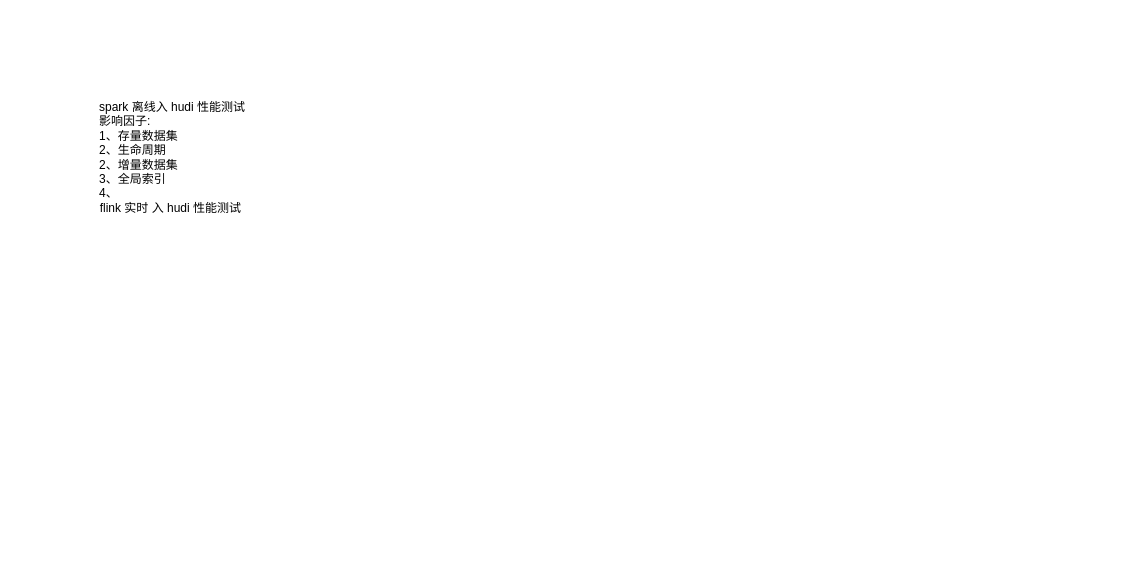
Above: HUDI 性能测试.drawio in loukey-lj/WX (draw.io), before the change. Source tidied: cells renumbered, new cells numbered last; positions are measured from the earlier drawing's top-left corner, leaving out a move shared by most shapes. Both pictures are drawn from the tidied source at 100%, with x=0, y=0 at pixel (17, 87).
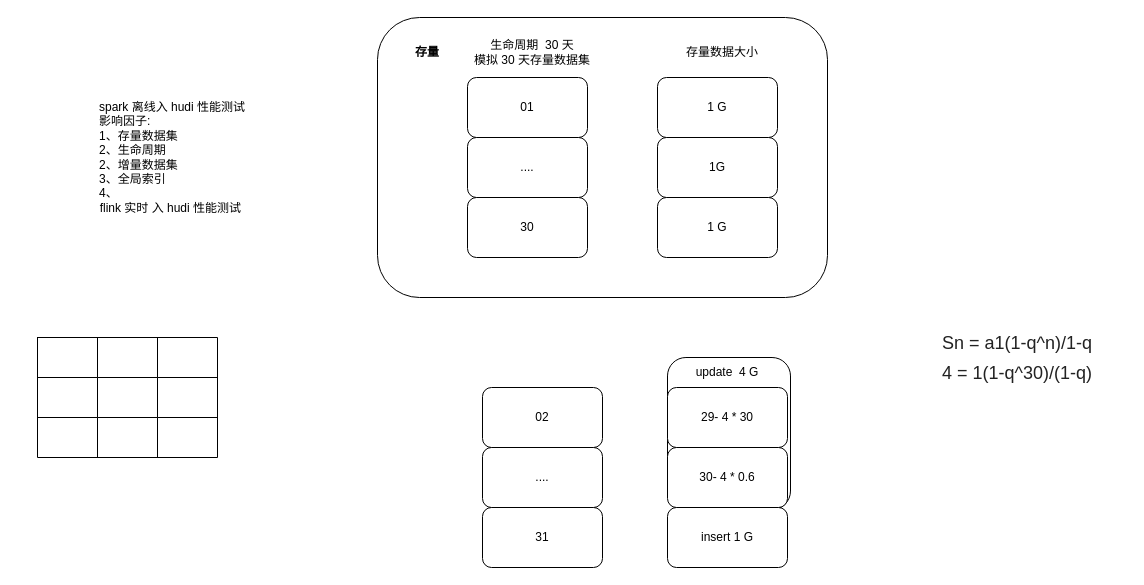
After the change.

Commit message:
更新HUDI 性能测试.drawio

What changed in the source:
```diff
@@
+    <mxCell id="3" style="rounded=1;whiteSpace=wrap;html=1;align=left;" parent="1" vertex="1">
+      <mxGeometry x="650" y="270" width="123" height="152" as="geometry" />
+    </mxCell>
+    <mxCell id="4" style="rounded=1;whiteSpace=wrap;html=1;" parent="1" vertex="1">
+      <mxGeometry x="360" y="-70" width="450" height="280" as="geometry" />
+    </mxCell>
@@
+    <mxCell id="5" style="shape=table;html=1;whiteSpace=wrap;startSize=0;childLayout=tableLayout;" parent="1" vertex="1">
+      <mxGeometry x="20" y="250" width="180" height="120" as="geometry" />
+    </mxCell>
+    <mxCell id="6" style="shape=tableRow;horizontal=0;startSize=0;swimlaneHead=0;swimlaneBody=0;top=0;left=0;bottom=0;right=0;fillColor=none;" parent="5" vertex="1">
+      <mxGeometry width="180" height="40" as="geometry" />
+    </mxCell>
+    <mxCell id="7" style="shape=partialRectangle;html=1;whiteSpace=wrap;fillColor=none;top=0;left=0;bottom=0;right=0;overflow=hidden;" parent="6" vertex="1">
+      <mxGeometry width="60" height="40" as="geometry" />
+    </mxCell>
+    <mxCell id="8" style="shape=partialRectangle;html=1;whiteSpace=wrap;fillColor=none;top=0;left=0;bottom=0;right=0;overflow=hidden;" parent="6" vertex="1">
+      <mxGeometry x="60" width="60" height="40" as="geometry" />
+    </mxCell>
+    <mxCell id="9" style="shape=partialRectangle;html=1;whiteSpace=wrap;fillColor=none;top=0;left=0;bottom=0;right=0;overflow=hidden;" parent="6" vertex="1">
+      <mxGeometry x="120" width="60" height="40" as="geometry" />
+    </mxCell>
+    <mxCell id="10" style="shape=tableRow;horizontal=0;startSize=0;swimlaneHead=0;swimlaneBody=0;top=0;left=0;bottom=0;right=0;fillColor=none;" parent="5" vertex="1">
+      <mxGeometry y="40" width="180" height="40" as="geometry" />
+    </mxCell>
+    <mxCell id="11" style="shape=partialRectangle;html=1;whiteSpace=wrap;fillColor=none;top=0;left=0;bottom=0;right=0;overflow=hidden;" parent="10" vertex="1">
+      <mxGeometry width="60" height="40" as="geometry" />
+    </mxCell>
+    <mxCell id="12" style="shape=partialRectangle;html=1;whiteSpace=wrap;fillColor=none;top=0;left=0;bottom=0;right=0;overflow=hidden;" parent="10" vertex="1">
+      <mxGeometry x="60" width="60" height="40" as="geometry" />
+    </mxCell>
+    <mxCell id="13" style="shape=partialRectangle;html=1;whiteSpace=wrap;fillColor=none;top=0;left=0;bottom=0;right=0;overflow=hidden;" parent="10" vertex="1">
+      <mxGeometry x="120" width="60" height="40" as="geometry" />
+    </mxCell>
+    <mxCell id="14" style="shape=tableRow;horizontal=0;startSize=0;swimlaneHead=0;swimlaneBody=0;top=0;left=0;bottom=0;right=0;fillColor=none;" parent="5" vertex="1">
+      <mxGeometry y="80" width="180" height="40" as="geometry" />
+    </mxCell>
+    <mxCell id="15" style="shape=partialRectangle;html=1;whiteSpace=wrap;fillColor=none;top=0;left=0;bottom=0;right=0;overflow=hidden;" parent="14" vertex="1">
+      <mxGeometry width="60" height="40" as="geometry" />
+    </mxCell>
+    <mxCell id="16" style="shape=partialRectangle;html=1;whiteSpace=wrap;fillColor=none;top=0;left=0;bottom=0;right=0;overflow=hidden;" parent="14" vertex="1">
+      <mxGeometry x="60" width="60" height="40" as="geometry" />
+    </mxCell>
+    <mxCell id="17" style="shape=partialRectangle;html=1;whiteSpace=wrap;fillColor=none;top=0;left=0;bottom=0;right=0;overflow=hidden;" parent="14" vertex="1">
+      <mxGeometry x="120" width="60" height="40" as="geometry" />
+    </mxCell>
+    <mxCell id="18" value="01" style="rounded=1;whiteSpace=wrap;html=1;" parent="1" vertex="1">
+      <mxGeometry x="450" y="-10" width="120" height="60" as="geometry" />
+    </mxCell>
+    <mxCell id="19" value="...." style="rounded=1;whiteSpace=wrap;html=1;" parent="1" vertex="1">
+      <mxGeometry x="450" y="50" width="120" height="60" as="geometry" />
+    </mxCell>
+    <mxCell id="20" value="30" style="rounded=1;whiteSpace=wrap;html=1;" parent="1" vertex="1">
+      <mxGeometry x="450" y="110" width="120" height="60" as="geometry" />
+    </mxCell>
+    <mxCell id="21" value="生命周期&amp;nbsp; 30 天&lt;br&gt;模拟 30 天存量数据集" style="text;html=1;strokeColor=none;fillColor=none;align=center;verticalAlign=middle;whiteSpace=wrap;rounded=0;" parent="1" vertex="1">
+      <mxGeometry x="450" y="-50" width="130" height="30" as="geometry" />
+    </mxCell>
+    <mxCell id="22" value="1 G" style="rounded=1;whiteSpace=wrap;html=1;" parent="1" vertex="1">
+      <mxGeometry x="640" y="-10" width="120" height="60" as="geometry" />
+    </mxCell>
+    <mxCell id="23" value="1G" style="rounded=1;whiteSpace=wrap;html=1;" parent="1" vertex="1">
+      <mxGeometry x="640" y="50" width="120" height="60" as="geometry" />
+    </mxCell>
+    <mxCell id="24" value="1 G" style="rounded=1;whiteSpace=wrap;html=1;" parent="1" vertex="1">
+      <mxGeometry x="640" y="110" width="120" height="60" as="geometry" />
+    </mxCell>
+    <mxCell id="25" value="存量数据大小" style="text;html=1;strokeColor=none;fillColor=none;align=center;verticalAlign=middle;whiteSpace=wrap;rounded=0;" parent="1" vertex="1">
+      <mxGeometry x="640" y="-50" width="130" height="30" as="geometry" />
+    </mxCell>
+    <mxCell id="26" value="&lt;b&gt;存量&lt;/b&gt;" style="text;html=1;strokeColor=none;fillColor=none;align=center;verticalAlign=middle;whiteSpace=wrap;rounded=0;" parent="1" vertex="1">
+      <mxGeometry x="380" y="-50" width="60" height="30" as="geometry" />
+    </mxCell>
+    <mxCell id="27" value="31" style="rounded=1;whiteSpace=wrap;html=1;" parent="1" vertex="1">
+      <mxGeometry x="465" y="420" width="120" height="60" as="geometry" />
+    </mxCell>
+    <mxCell id="28" value="insert 1 G" style="rounded=1;whiteSpace=wrap;html=1;" parent="1" vertex="1">
+      <mxGeometry x="650" y="420" width="120" height="60" as="geometry" />
+    </mxCell>
+    <mxCell id="29" value="...." style="rounded=1;whiteSpace=wrap;html=1;" parent="1" vertex="1">
+      <mxGeometry x="465" y="360" width="120" height="60" as="geometry" />
+    </mxCell>
+    <mxCell id="30" value="02" style="rounded=1;whiteSpace=wrap;html=1;" parent="1" vertex="1">
+      <mxGeometry x="465" y="300" width="120" height="60" as="geometry" />
+    </mxCell>
+    <mxCell id="31" value="30- 4 * 0.6" style="rounded=1;whiteSpace=wrap;html=1;" parent="1" vertex="1">
+      <mxGeometry x="650" y="360" width="120" height="60" as="geometry" />
+    </mxCell>
+    <mxCell id="32" value="29- 4 * 30" style="rounded=1;whiteSpace=wrap;html=1;" parent="1" vertex="1">
+      <mxGeometry x="650" y="300" width="120" height="60" as="geometry" />
+    </mxCell>
+    <mxCell id="33" value="update&amp;nbsp; 4 G" style="text;html=1;strokeColor=none;fillColor=none;align=center;verticalAlign=middle;whiteSpace=wrap;rounded=0;" parent="1" vertex="1">
+      <mxGeometry x="670" y="270" width="80" height="30" as="geometry" />
+    </mxCell>
+    <mxCell id="34" value="&lt;div style=&quot;max-width: 100%; overflow-x: visible; font-size: 18px; line-height: 30px; color: rgb(34, 34, 34); margin-top: 24px;&quot; class=&quot;index-module_textWrap_3ygOc index-module_newStyle_lg-fl&quot;&gt;&lt;p style=&quot;overflow-y: auto; max-width: 100%; line-height: 30px; margin: 0px !important; padding: 0px !important;&quot;&gt;Sn = a1(1-q^n)/1-q&lt;br&gt;4 = 1(1-q^30)/(1-q)&lt;/p&gt;&lt;div&gt;&lt;br&gt;&lt;/div&gt;&lt;p style=&quot;overflow-y: auto; max-width: 100%; line-height: 30px; margin: 0px !important; padding: 0px !important;&quot;&gt;&lt;/p&gt;&lt;/div&gt;&lt;div style=&quot;max-width: 100%; overflow-x: visible; font-size: 18px; line-height: 30px; color: rgb(34, 34, 34); margin-top: 24px;&quot; class=&quot;index-module_textWrap_3ygOc index-module_newStyle_lg-fl&quot;&gt;&lt;p style=&quot;overflow-y: auto; max-width: 100%; line-height: 30px; font-family: arial; text-align: start; background-color: rgb(255, 255, 255); margin: 0px !important; padding: 0px !important;&quot;&gt;&lt;/p&gt;&lt;/div&gt;" style="text;html=1;strokeColor=none;fillColor=none;align=center;verticalAlign=middle;whiteSpace=wrap;rounded=0;" parent="1" vertex="1">
+      <mxGeometry x="890" y="260" width="220" height="50" as="geometry" />
+    </mxCell>
```
